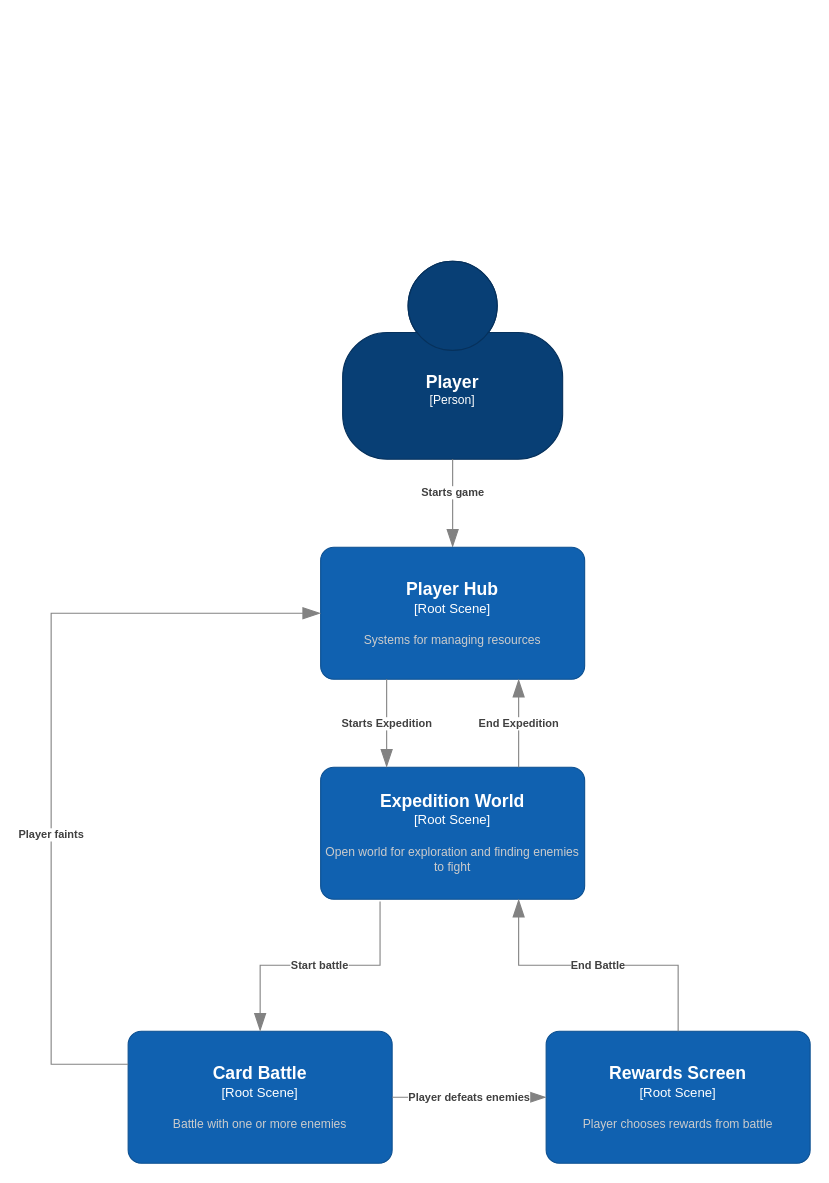
joverlee521/dragon-cards keeps this draw.io diagram as docs/system_context.drawio. Above is the earlier version. Source tidied: cells renumbered, new cells numbered last; positions are measured from the earlier drawing's top-left corner, leaving out a move shared by most shapes. Both pictures are drawn from the tidied source at 110%, with x=0, y=0 at pixel (51, 261).
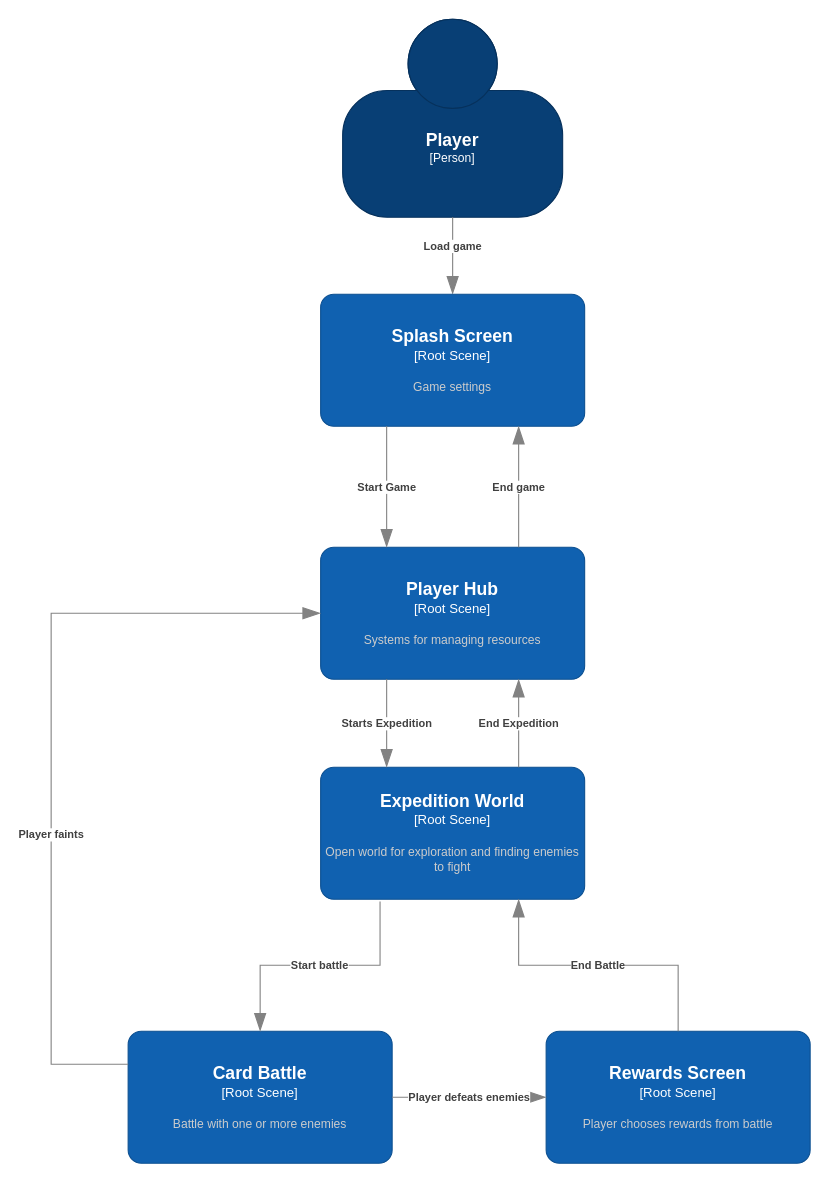
The same page after the edit.

Commit message:
fixup: system context

Unchanged cells that the change refers to:
```xml
<object id="4" label="&lt;font style=&quot;font-size: 16px&quot;&gt;&lt;b&gt;%c4Name%&lt;/b&gt;&lt;/font&gt;&lt;div&gt;[%c4Type%]&lt;/div&gt;&lt;br&gt;&lt;div&gt;&lt;font style=&quot;font-size: 11px&quot;&gt;&lt;font color=&quot;#cccccc&quot;&gt;%c4Description%&lt;/font&gt;&lt;/div&gt;" c4Description="Systems for managing resources" c4Name="Player Hub" c4Type="Root Scene" placeholders="1">
  <mxCell style="rounded=1;whiteSpace=wrap;html=1;labelBackgroundColor=none;fillColor=#1061B0;fontColor=#ffffff;align=center;arcSize=10;strokeColor=#0D5091;points=[[0.25,0,0],[0.5,0,0],[0.75,0,0],[1,0.25,0],[1,0.5,0],[1,0.75,0],[0.75,1,0],[0.5,1,0],[0.25,1,0],[0,0.75,0],[0,0.5,0],[0,0.25,0]];" parent="1" vertex="1">
    <mxGeometry x="245" y="260" width="240" height="120" as="geometry" />
  </mxCell>
</object>
```

What changed in the source:
```diff
@@
     <object id="2" label="&lt;font style=&quot;font-size: 16px&quot;&gt;&lt;b&gt;%c4Name%&lt;/b&gt;&lt;/font&gt;&lt;div&gt;[%c4Type%]&lt;/div&gt;&lt;br&gt;&lt;div&gt;&lt;font style=&quot;font-size: 11px&quot;&gt;&lt;font color=&quot;#cccccc&quot;&gt;%c4Description%&lt;/font&gt;&lt;/div&gt;" c4Description="" c4Name="Player" c4Type="Person" placeholders="1">
       <mxCell style="html=1;fontSize=11;dashed=0;whiteSpace=wrap;fillColor=#083F75;strokeColor=#06315C;fontColor=#ffffff;shape=mxgraph.c4.person2;align=center;points=[[0.5,0,0],[1,0.5,0],[1,0.75,0],[0.75,1,0],[0.5,1,0],[0.25,1,0],[0,0.75,0],[0,0.5,0]];" parent="1" vertex="1">
-        <mxGeometry x="265" width="200" height="180" as="geometry" />
+        <mxGeometry x="265" y="-220" width="200" height="180" as="geometry" />
       </mxCell>
     </object>
-    <object id="3" label="&lt;div style=&quot;text-align: left&quot;&gt;&lt;div style=&quot;text-align: center&quot;&gt;&lt;b&gt;%c4Description%&lt;/b&gt;&lt;/div&gt;" c4Description="Starts game" placeholders="1">
-      <mxCell style="endArrow=blockThin;html=1;fontSize=10;fontColor=#404040;strokeWidth=1;endFill=1;strokeColor=#828282;elbow=vertical;endSize=14;startSize=14;jumpStyle=arc;jumpSize=16;rounded=0;edgeStyle=orthogonalEdgeStyle;exitX=0.5;exitY=1;exitDx=0;exitDy=0;exitPerimeter=0;entryX=0.5;entryY=0;entryDx=0;entryDy=0;entryPerimeter=0;" parent="1" edge="1" source="2" target="4">
+    <object id="3" label="&lt;div style=&quot;text-align: left&quot;&gt;&lt;div style=&quot;text-align: center&quot;&gt;&lt;b&gt;%c4Description%&lt;/b&gt;&lt;/div&gt;" c4Description="Load game" placeholders="1">
+      <mxCell style="endArrow=blockThin;html=1;fontSize=10;fontColor=#404040;strokeWidth=1;endFill=1;strokeColor=#828282;elbow=vertical;endSize=14;startSize=14;jumpStyle=arc;jumpSize=16;rounded=0;edgeStyle=orthogonalEdgeStyle;exitX=0.5;exitY=1;exitDx=0;exitDy=0;exitPerimeter=0;entryX=0.5;entryY=0;entryDx=0;entryDy=0;entryPerimeter=0;" parent="1" edge="1" source="2" target="14">
         <mxGeometry x="-0.25" relative="1" as="geometry" />
       </mxCell>
     </object>
@@
+    <object id="14" label="&lt;font style=&quot;font-size: 16px&quot;&gt;&lt;b&gt;%c4Name%&lt;/b&gt;&lt;/font&gt;&lt;div&gt;[%c4Type%]&lt;/div&gt;&lt;br&gt;&lt;div&gt;&lt;font style=&quot;font-size: 11px&quot;&gt;&lt;font color=&quot;#cccccc&quot;&gt;%c4Description%&lt;/font&gt;&lt;/div&gt;" c4Description="Game settings" c4Name="Splash Screen" c4Type="Root Scene" placeholders="1">
+      <mxCell style="rounded=1;whiteSpace=wrap;html=1;labelBackgroundColor=none;fillColor=#1061B0;fontColor=#ffffff;align=center;arcSize=10;strokeColor=#0D5091;points=[[0.25,0,0],[0.5,0,0],[0.75,0,0],[1,0.25,0],[1,0.5,0],[1,0.75,0],[0.75,1,0],[0.5,1,0],[0.25,1,0],[0,0.75,0],[0,0.5,0],[0,0.25,0]];" parent="1" vertex="1">
+        <mxGeometry x="245" y="30" width="240" height="120" as="geometry" />
+      </mxCell>
+    </object>
+    <object id="15" label="&lt;div style=&quot;text-align: left&quot;&gt;&lt;div style=&quot;text-align: center&quot;&gt;&lt;b&gt;%c4Description%&lt;/b&gt;&lt;/div&gt;" c4Description="Start Game" placeholders="1">
+      <mxCell style="endArrow=blockThin;html=1;fontSize=10;fontColor=#404040;strokeWidth=1;endFill=1;strokeColor=#828282;elbow=vertical;endSize=14;startSize=14;jumpStyle=arc;jumpSize=16;rounded=0;edgeStyle=orthogonalEdgeStyle;exitX=0.25;exitY=1;exitDx=0;exitDy=0;exitPerimeter=0;entryX=0.25;entryY=0;entryDx=0;entryDy=0;entryPerimeter=0;" parent="1" edge="1" source="14" target="4">
+        <mxGeometry relative="1" as="geometry" />
+      </mxCell>
+    </object>
+    <object id="16" label="&lt;div style=&quot;text-align: left&quot;&gt;&lt;div style=&quot;text-align: center&quot;&gt;&lt;b&gt;%c4Description%&lt;/b&gt;&lt;/div&gt;" c4Description="End game" placeholders="1">
+      <mxCell style="endArrow=blockThin;html=1;fontSize=10;fontColor=#404040;strokeWidth=1;endFill=1;strokeColor=#828282;elbow=vertical;endSize=14;startSize=14;jumpStyle=arc;jumpSize=16;rounded=0;edgeStyle=orthogonalEdgeStyle;entryX=0.75;entryY=1;entryDx=0;entryDy=0;entryPerimeter=0;exitX=0.75;exitY=0;exitDx=0;exitDy=0;exitPerimeter=0;" parent="1" edge="1" source="4" target="14">
+        <mxGeometry relative="1" as="geometry" />
+      </mxCell>
+    </object>
```
